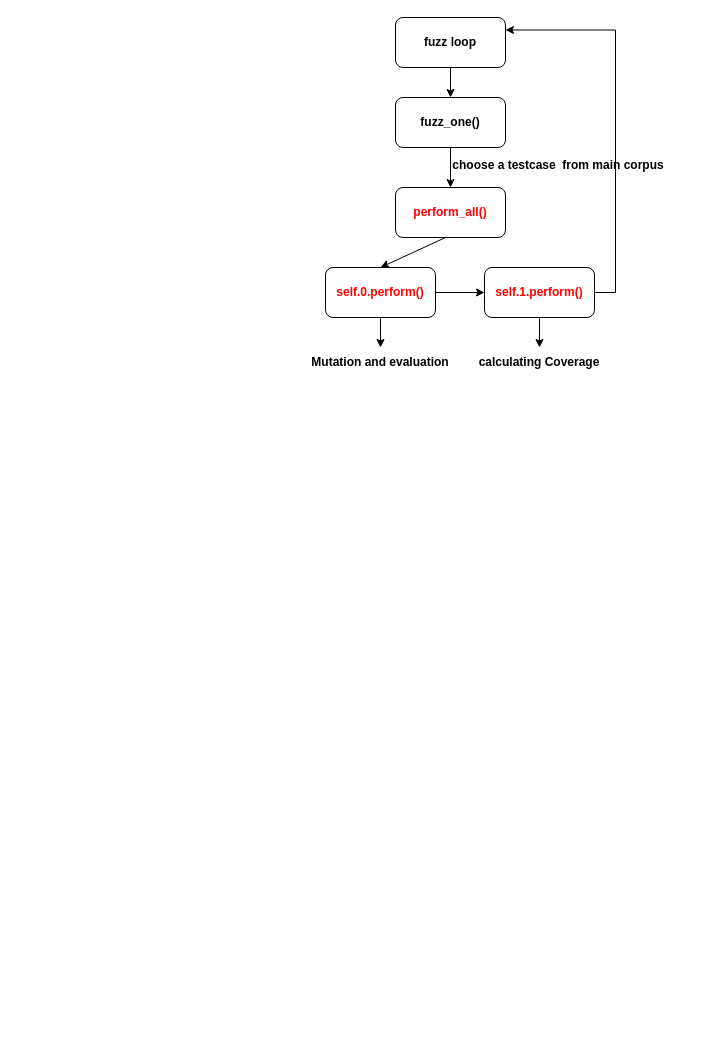
The draw.io diagram ityfuzz.drawio in bossjoker1/Assembly, before the edit. Source tidied: cells renumbered, new cells numbered last; positions are measured from the earlier drawing's top-left corner, leaving out a move shared by most shapes. Both pictures are drawn from the tidied source at 100%, with x=0, y=0 at pixel (265, 17).
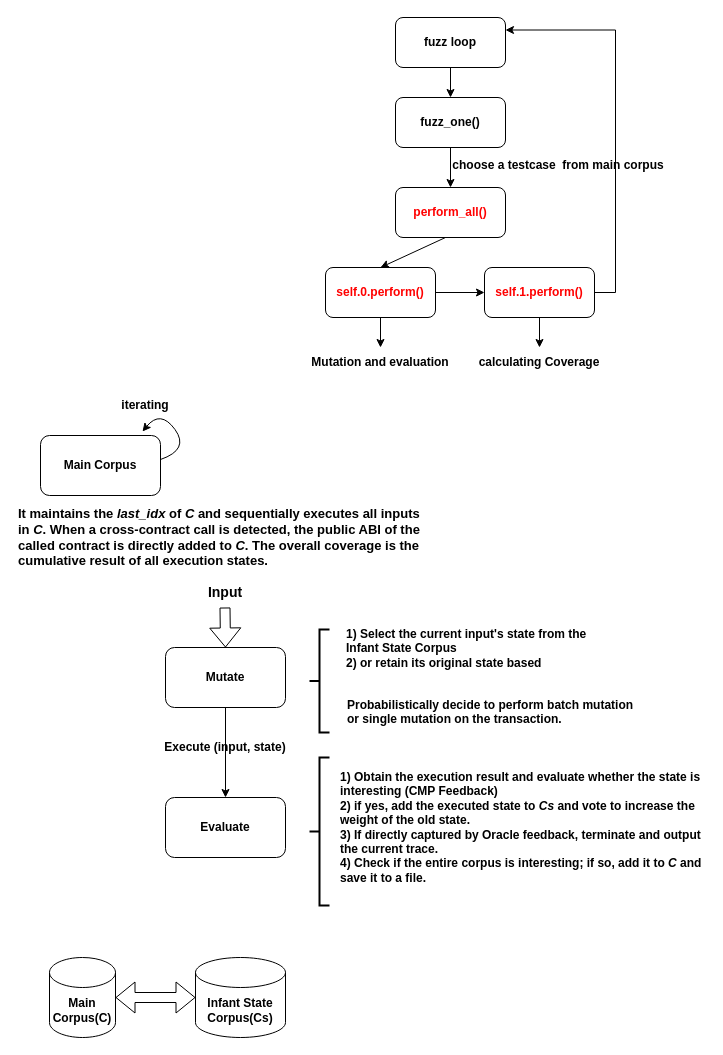
After the change.

The edit, as a diff of the source:
```diff
@@
+    <mxCell id="17" value="&lt;b&gt;&lt;font style=&quot;font-size: 14px;&quot;&gt;Input&lt;/font&gt;&lt;/b&gt;" style="text;html=1;align=center;verticalAlign=middle;whiteSpace=wrap;rounded=0;" parent="1" vertex="1">
+      <mxGeometry x="-70" y="560" width="60" height="30" as="geometry" />
+    </mxCell>
+    <mxCell id="18" style="edgeStyle=orthogonalEdgeStyle;rounded=0;jettySize=auto;html=1;" parent="1" edge="1" source="19" target="21">
+      <mxGeometry relative="1" as="geometry" />
+    </mxCell>
+    <mxCell id="19" value="&lt;b&gt;Mutate&lt;/b&gt;" style="rounded=1;whiteSpace=wrap;html=1;" parent="1" vertex="1">
+      <mxGeometry x="-100" y="630" width="120" height="60" as="geometry" />
+    </mxCell>
+    <mxCell id="20" style="shape=flexArrow;endArrow=classic;html=1;rounded=0;" parent="1" edge="1">
+      <mxGeometry relative="1" as="geometry">
+        <mxPoint x="-40.5" y="590" as="sourcePoint" />
+        <mxPoint x="-40" y="630" as="targetPoint" />
+      </mxGeometry>
+    </mxCell>
+    <mxCell id="21" value="&lt;b&gt;Evaluate&lt;/b&gt;" style="rounded=1;whiteSpace=wrap;html=1;" parent="1" vertex="1">
+      <mxGeometry x="-100" y="780" width="120" height="60" as="geometry" />
+    </mxCell>
+    <mxCell id="22" style="strokeWidth=2;html=1;shape=mxgraph.flowchart.annotation_2;align=left;labelPosition=right;" parent="1" vertex="1">
+      <mxGeometry x="44" y="612" width="20" height="103" as="geometry" />
+    </mxCell>
+    <mxCell id="23" style="strokeWidth=2;html=1;shape=mxgraph.flowchart.annotation_2;align=left;labelPosition=right;" parent="1" vertex="1">
+      <mxGeometry x="44" y="740" width="20" height="148" as="geometry" />
+    </mxCell>
+    <mxCell id="24" value="&lt;div style=&quot;text-align: left;&quot;&gt;&lt;b style=&quot;background-color: initial;&quot;&gt;1) Select the current input's state from the Infant State Corpus&amp;nbsp;&lt;/b&gt;&lt;/div&gt;&lt;div style=&quot;text-align: left;&quot;&gt;&lt;b style=&quot;background-color: initial; text-align: center;&quot;&gt;2) or retain its original state based&lt;/b&gt;&lt;/div&gt;" style="text;html=1;align=center;verticalAlign=middle;whiteSpace=wrap;rounded=0;" parent="1" vertex="1">
+      <mxGeometry x="80" y="616" width="258" height="30" as="geometry" />
+    </mxCell>
+    <mxCell id="25" value="&lt;b&gt;Main&lt;/b&gt;&lt;div&gt;&lt;b&gt;Corpus(C)&lt;/b&gt;&lt;/div&gt;" style="shape=cylinder3;whiteSpace=wrap;html=1;boundedLbl=1;backgroundOutline=1;size=15;" parent="1" vertex="1">
+      <mxGeometry x="-216" y="940" width="66" height="80" as="geometry" />
+    </mxCell>
+    <mxCell id="26" value="&lt;b&gt;Infant State&lt;/b&gt;&lt;div&gt;&lt;b&gt;Corpus(Cs)&lt;/b&gt;&lt;/div&gt;" style="shape=cylinder3;whiteSpace=wrap;html=1;boundedLbl=1;backgroundOutline=1;size=15;" parent="1" vertex="1">
+      <mxGeometry x="-70" y="940" width="90" height="80" as="geometry" />
+    </mxCell>
+    <mxCell id="27" style="shape=flexArrow;endArrow=classic;startArrow=classic;html=1;rounded=0;" parent="1" edge="1">
+      <mxGeometry relative="1" as="geometry">
+        <mxPoint x="-150" y="980" as="sourcePoint" />
+        <mxPoint x="-70" y="980" as="targetPoint" />
+      </mxGeometry>
+    </mxCell>
+    <mxCell id="28" value="&lt;b&gt;Probabilistically decide to perform batch mutation or single mutation on the transaction.&lt;/b&gt;" style="text;whiteSpace=wrap;html=1;" parent="1" vertex="1">
+      <mxGeometry x="80" y="674" width="289" height="106" as="geometry" />
+    </mxCell>
+    <mxCell id="29" value="&lt;div style=&quot;&quot;&gt;&lt;b&gt;&lt;span style=&quot;background-color: initial;&quot;&gt;1)&amp;nbsp;&lt;/span&gt;&lt;span style=&quot;background-color: initial;&quot;&gt;Obtain the execution result and evaluate whether the state is interesting (CMP Feedback)&lt;/span&gt;&lt;/b&gt;&lt;/div&gt;&lt;div style=&quot;&quot;&gt;&lt;b&gt;2) i&lt;span style=&quot;background-color: initial;&quot;&gt;f yes, add the executed state to&amp;nbsp;&lt;/span&gt;&lt;i&gt;&lt;span style=&quot;background-color: initial;&quot;&gt;C&lt;/span&gt;&lt;span style=&quot;background-color: initial;&quot;&gt;s&lt;/span&gt;&lt;/i&gt;&lt;span style=&quot;background-color: initial;&quot; class=&quot;katex&quot;&gt;&lt;span aria-hidden=&quot;true&quot; class=&quot;katex-html&quot;&gt;&lt;span class=&quot;base&quot;&gt;&lt;span class=&quot;mord&quot;&gt;&lt;span class=&quot;msupsub&quot;&gt;&lt;span class=&quot;vlist-t vlist-t2&quot;&gt;&lt;span class=&quot;vlist-r&quot;&gt;&lt;span class=&quot;vlist-s&quot;&gt;&lt;/span&gt;&lt;/span&gt;&lt;span class=&quot;vlist-r&quot;&gt;&lt;span class=&quot;vlist&quot;&gt;&lt;/span&gt;&lt;/span&gt;&lt;/span&gt;&lt;/span&gt;&lt;/span&gt;&lt;/span&gt;&lt;/span&gt;&lt;/span&gt;&lt;span style=&quot;background-color: initial;&quot;&gt; and vote to increase the weight of the old state.&lt;br&gt;&lt;/span&gt;3) If directly captured by Oracle feedback, terminate and output the current trace.&lt;span style=&quot;background-color: initial;&quot;&gt;&lt;/span&gt;&lt;/b&gt;&lt;/div&gt;&lt;div style=&quot;&quot;&gt;&lt;b&gt;4)&amp;nbsp;&lt;span style=&quot;background-color: initial;&quot;&gt;Check if the entire corpus is interesting; if so, add it to&amp;nbsp;&lt;/span&gt;&lt;span style=&quot;background-color: initial;&quot; class=&quot;katex&quot;&gt;&lt;span aria-hidden=&quot;true&quot; class=&quot;katex-html&quot;&gt;&lt;span class=&quot;base&quot;&gt;&lt;span class=&quot;mord mathnormal&quot;&gt;&lt;i&gt;C&lt;/i&gt;&lt;/span&gt;&lt;/span&gt;&lt;/span&gt;&lt;/span&gt;&lt;span style=&quot;background-color: initial;&quot;&gt; and save it to a file.&lt;/span&gt;&lt;/b&gt;&lt;/div&gt;" style="text;html=1;align=left;verticalAlign=middle;whiteSpace=wrap;rounded=0;" parent="1" vertex="1">
+      <mxGeometry x="73" y="792.5" width="367" height="35" as="geometry" />
+    </mxCell>
+    <mxCell id="30" value="&lt;b&gt;Execute (input, state)&lt;/b&gt;" style="text;html=1;align=center;verticalAlign=middle;whiteSpace=wrap;rounded=0;" parent="1" vertex="1">
+      <mxGeometry x="-129" y="715" width="178" height="30" as="geometry" />
+    </mxCell>
+    <mxCell id="31" value="&lt;b&gt;Main Corpus&lt;/b&gt;" style="rounded=1;whiteSpace=wrap;html=1;direction=west;" parent="1" vertex="1">
+      <mxGeometry x="-225" y="418" width="120" height="60" as="geometry" />
+    </mxCell>
+    <mxCell id="32" style="curved=1;endArrow=classic;html=1;rounded=0;" parent="1" edge="1">
+      <mxGeometry relative="1" as="geometry">
+        <mxPoint x="-105" y="442" as="sourcePoint" />
+        <mxPoint x="-123" y="414" as="targetPoint" />
+        <Array as="points">
+          <mxPoint x="-76" y="432" />
+          <mxPoint x="-105" y="392" />
+        </Array>
+      </mxGeometry>
+    </mxCell>
+    <mxCell id="33" value="&lt;div style=&quot;text-align: left; font-size: 13px;&quot;&gt;&lt;b&gt;It maintains the&lt;i&gt; last_idx&lt;/i&gt; of &lt;i&gt;C &lt;/i&gt;&lt;span style=&quot;background-color: initial; text-align: center;&quot;&gt;and sequentially executes all inputs in &lt;i&gt;C&lt;/i&gt;. When a cross-contract call is detected, the public ABI of the called contract is directly added to&amp;nbsp;&lt;/span&gt;&lt;span style=&quot;background-color: initial; text-align: center;&quot; class=&quot;katex&quot;&gt;&lt;span aria-hidden=&quot;true&quot; class=&quot;katex-html&quot;&gt;&lt;span class=&quot;base&quot;&gt;&lt;span class=&quot;mord mathnormal&quot;&gt;&lt;i&gt;C&lt;/i&gt;&lt;/span&gt;&lt;/span&gt;&lt;/span&gt;&lt;/span&gt;&lt;span style=&quot;background-color: initial; text-align: center;&quot;&gt;. The overall coverage is the cumulative result of all execution states.&lt;/span&gt;&lt;/b&gt;&lt;/div&gt;" style="text;html=1;align=center;verticalAlign=middle;whiteSpace=wrap;rounded=0;" parent="1" vertex="1">
+      <mxGeometry x="-248.5" y="487" width="417" height="65" as="geometry" />
+    </mxCell>
+    <mxCell id="34" value="&lt;b&gt;iterating&lt;/b&gt;" style="text;html=1;align=center;verticalAlign=middle;whiteSpace=wrap;rounded=0;" parent="1" vertex="1">
+      <mxGeometry x="-150" y="373" width="60" height="30" as="geometry" />
+    </mxCell>
```
